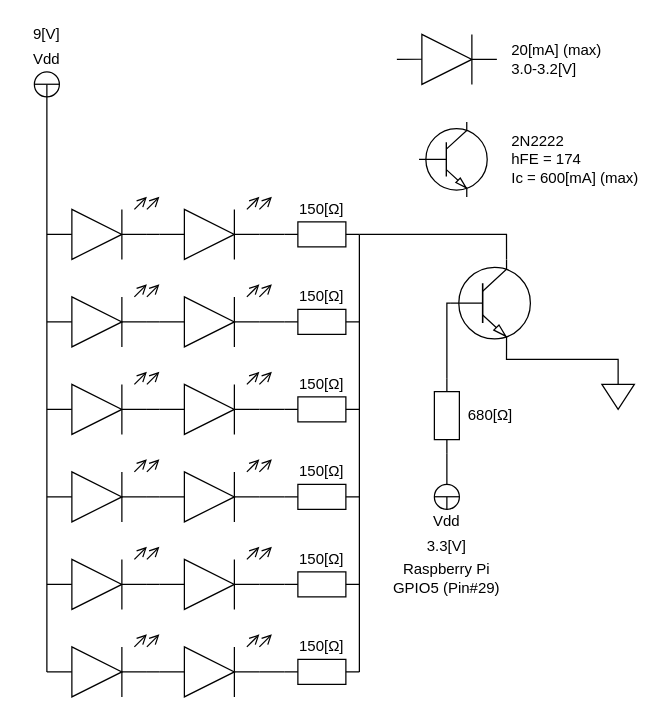
Before: fig/circuit.drawio in ytakano/home_garden_rs, a draw.io diagram. Source tidied: cells renumbered, new cells numbered last; positions are measured from the earlier drawing's top-left corner, leaving out a move shared by most shapes. Both pictures are drawn from the tidied source at 125%, with x=0, y=0 at pixel (21, 21).
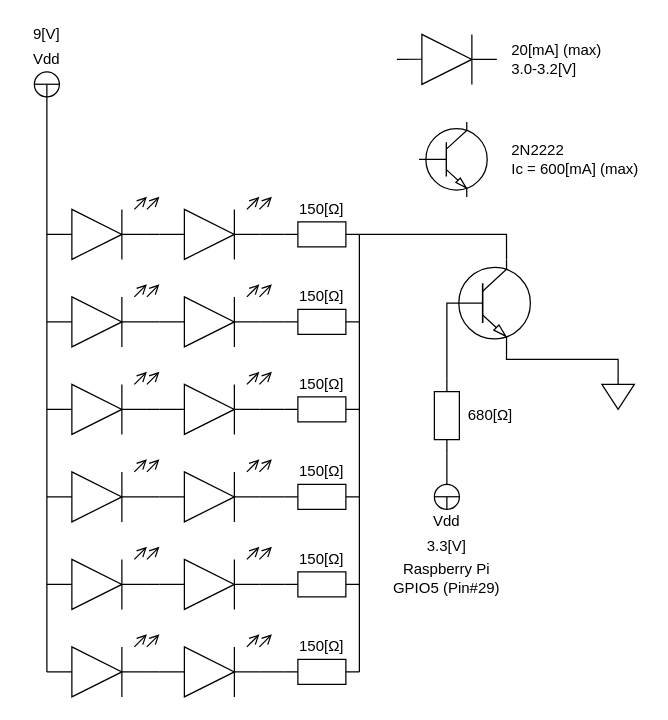
The same page after the edit.

Change to the diagram source:
```diff
@@
-    <mxCell id="125" value="2N2222&lt;br&gt;hFE = 174&lt;br&gt;Ic = 600[mA] (max)" style="text;html=1;strokeColor=none;fillColor=none;align=left;verticalAlign=middle;whiteSpace=wrap;rounded=0;fontSize=12;" parent="1" vertex="1">
+    <mxCell id="125" value="2N2222&lt;br&gt;Ic = 600[mA] (max)" style="text;html=1;strokeColor=none;fillColor=none;align=left;verticalAlign=middle;whiteSpace=wrap;rounded=0;fontSize=12;" parent="1" vertex="1">
       <mxGeometry x="390" y="87.5" width="110" height="45" as="geometry" />
     </mxCell>
```
